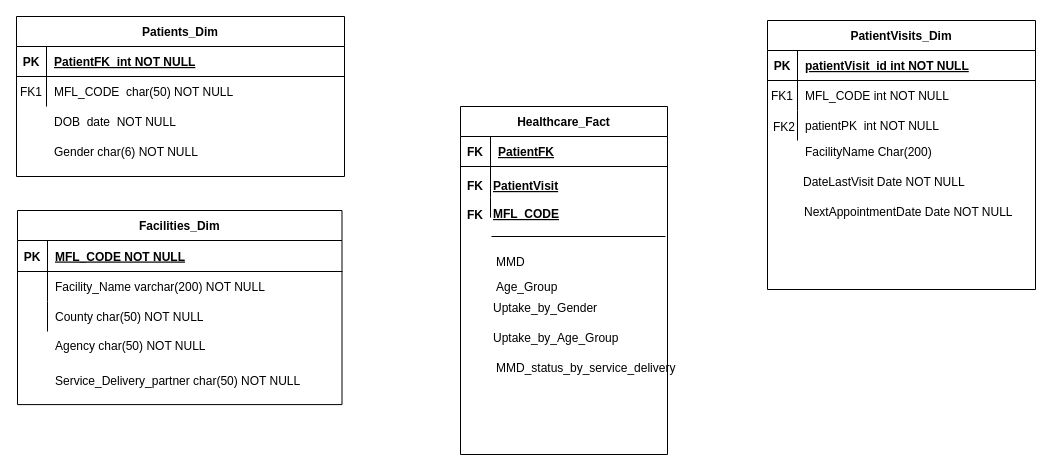
Earlier version of the draw.io diagram Untitled Diagram.drawio (George-Kagwe/DataModelling). Source tidied: cells renumbered, new cells numbered last; positions are measured from the earlier drawing's top-left corner, leaving out a move shared by most shapes. Both pictures are drawn from the tidied source at 100%, with x=0, y=0 at pixel (16, 16).
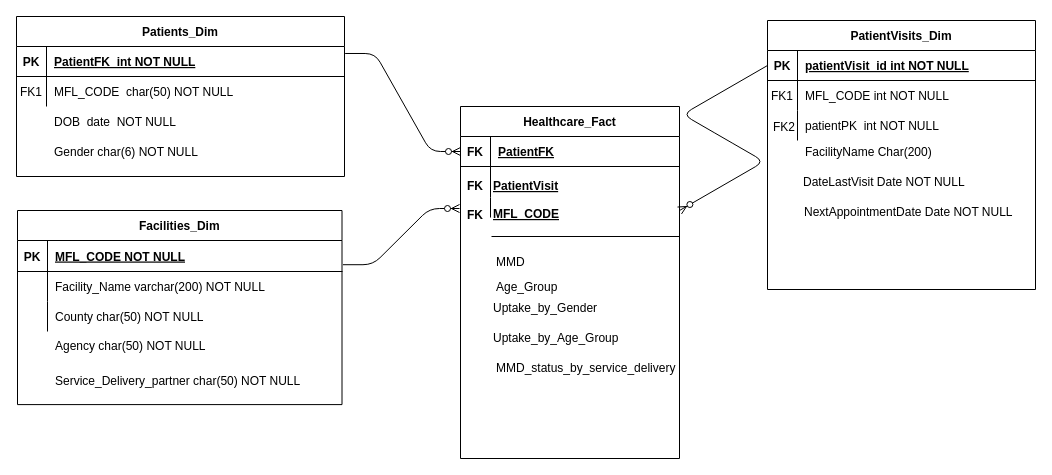
Above is the later version.

Unchanged cells that the change refers to:
```xml
<mxCell id="3" style="shape=partialRectangle;fillColor=none;points=[[0,0.5],[1,0.5]];portConstraint=eastwest;top=0;left=0;right=0;bottom=1;" parent="2" vertex="1">
  <mxGeometry y="30" width="324.5" height="31" as="geometry" />
</mxCell>
<mxCell id="13" style="shape=partialRectangle;fillColor=none;points=[[0,0.5],[1,0.5]];portConstraint=eastwest;top=0;left=0;right=0;bottom=1;" parent="12" vertex="1">
  <mxGeometry y="30" width="268" height="30" as="geometry" />
</mxCell>
<mxCell id="23" style="shape=partialRectangle;fillColor=none;points=[[0,0.5],[1,0.5]];portConstraint=eastwest;top=0;left=0;right=0;bottom=1;" parent="22" vertex="1">
  <mxGeometry y="30" width="328" height="30" as="geometry" />
</mxCell>
```

The edit, as a diff of the source:
```diff
@@
     <mxCell id="38" value="Healthcare_Fact" style="shape=table;startSize=30;childLayout=tableLayout;rowLines=0;fontStyle=1;align=center;" parent="1" vertex="1">
-      <mxGeometry x="444" y="90" width="207" height="348" as="geometry" />
+      <mxGeometry x="444" y="90" width="219" height="352" as="geometry" />
     </mxCell>
     <mxCell id="39" style="shape=partialRectangle;fillColor=none;points=[[0,0.5],[1,0.5]];portConstraint=eastwest;top=0;left=0;right=0;bottom=1;" parent="38" vertex="1">
-      <mxGeometry y="30" width="207" height="30" as="geometry" />
+      <mxGeometry y="30" width="219" height="30" as="geometry" />
     </mxCell>
@@
     <mxCell id="41" value="PatientFK" style="shape=partialRectangle;overflow=hidden;fillColor=none;top=0;left=0;bottom=0;right=0;align=left;spacingLeft=6;fontStyle=5;" parent="39" vertex="1">
-      <mxGeometry x="30" width="177" height="30" as="geometry" />
+      <mxGeometry x="30" width="189" height="30" as="geometry" />
     </mxCell>
     <mxCell id="42" style="shape=partialRectangle;fillColor=none;top=0;left=0;right=0;bottom=0;" parent="38" vertex="1">
-      <mxGeometry y="60" width="207" height="31" as="geometry" />
+      <mxGeometry y="60" width="219" height="31" as="geometry" />
     </mxCell>
@@
     <mxCell id="44" style="shape=partialRectangle;overflow=hidden;fillColor=none;top=0;left=0;bottom=0;right=0;align=left;spacingLeft=6;" parent="42" vertex="1">
-      <mxGeometry x="30" width="177" height="31" as="geometry" />
+      <mxGeometry x="30" width="189" height="31" as="geometry" />
     </mxCell>
     <mxCell id="45" style="shape=partialRectangle;fillColor=none;top=0;left=0;right=0;bottom=0;" parent="38" vertex="1">
-      <mxGeometry y="91" width="207" height="20" as="geometry" />
+      <mxGeometry y="91" width="219" height="20" as="geometry" />
     </mxCell>
@@
     <mxCell id="47" style="shape=partialRectangle;overflow=hidden;fillColor=none;top=0;left=0;bottom=0;right=0;align=left;spacingLeft=6;" parent="45" vertex="1">
-      <mxGeometry x="30" width="177" height="20" as="geometry" />
+      <mxGeometry x="30" width="189" height="20" as="geometry" />
     </mxCell>
@@
     <mxCell id="52" style="endArrow=none;html=1;" parent="1" edge="1">
       <mxGeometry relative="1" as="geometry">
         <mxPoint x="475" y="220" as="sourcePoint" />
-        <mxPoint x="649" y="220" as="targetPoint" />
+        <mxPoint x="663" y="220" as="targetPoint" />
       </mxGeometry>
     </mxCell>
@@
+    <mxCell id="58" style="edgeStyle=entityRelationEdgeStyle;fontSize=12;html=1;endArrow=ERzeroToMany;endFill=1;exitX=1.002;exitY=0.233;exitDx=0;exitDy=0;exitPerimeter=0;entryX=0;entryY=0.5;entryDx=0;entryDy=0;" parent="1" edge="1" source="23" target="39">
+      <mxGeometry relative="1" as="geometry" />
+    </mxCell>
+    <mxCell id="59" style="edgeStyle=entityRelationEdgeStyle;fontSize=12;html=1;endArrow=ERzeroToMany;endFill=1;exitX=1.003;exitY=0.781;exitDx=0;exitDy=0;exitPerimeter=0;" parent="1" edge="1" source="3">
+      <mxGeometry relative="1" as="geometry">
+        <mxPoint x="443" y="192" as="targetPoint" />
+      </mxGeometry>
+    </mxCell>
+    <mxCell id="60" style="edgeStyle=isometricEdgeStyle;fontSize=12;html=1;endArrow=ERzeroToMany;endFill=1;exitX=0;exitY=0.5;exitDx=0;exitDy=0;" parent="1" edge="1" source="13">
+      <mxGeometry relative="1" as="geometry">
+        <mxPoint x="663" y="194" as="targetPoint" />
+      </mxGeometry>
+    </mxCell>
```
